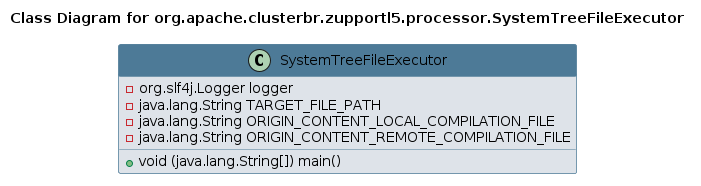
abritoh/zupportl5-api-dochub keeps this PlantUML diagram as docs/1.0/apidocs/generated-resources/uml/images/SystemTreeFileExecutor_class.png. Above is the earlier version.
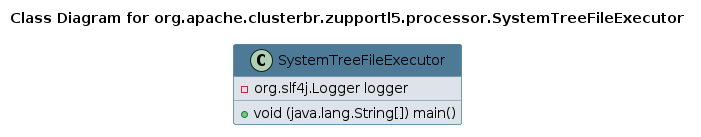
After the change.

Diff of the diagram source:
```diff
@@ -12,9 +12,6 @@
 
 class SystemTreeFileExecutor {
  - org.slf4j.Logger logger
- - java.lang.String TARGET_FILE_PATH
- - java.lang.String ORIGIN_CONTENT_LOCAL_COMPILATION_FILE
- - java.lang.String ORIGIN_CONTENT_REMOTE_COMPILATION_FILE
  + void (java.lang.String[]) main()
 }
 @enduml
```
